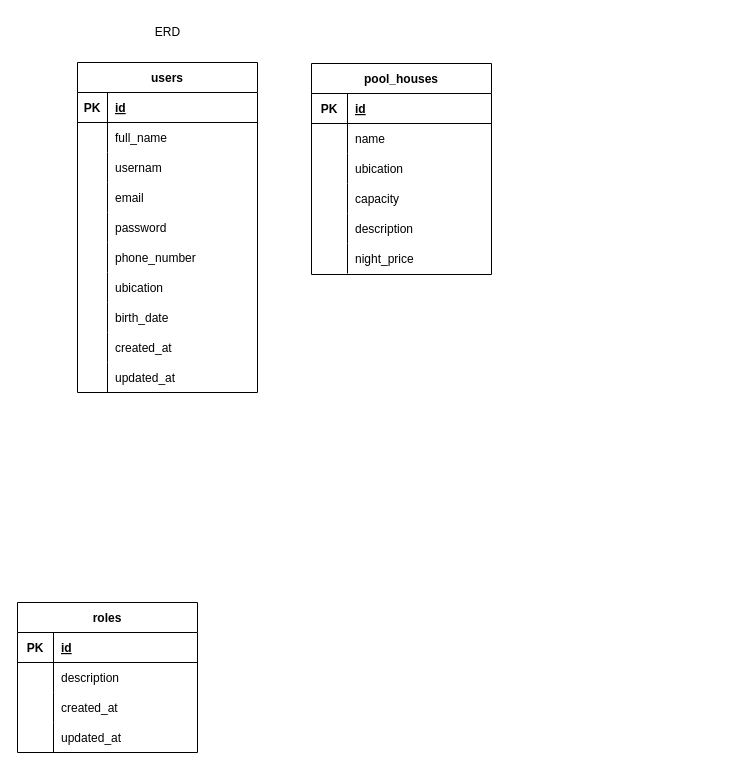
Jflores-Ch/Spring-Project-Pool-Reservation-Web keeps this draw.io diagram as diagrams/erd.drawio. Above is the earlier version. Source tidied: cells renumbered, new cells numbered last; positions are measured from the earlier drawing's top-left corner, leaving out a move shared by most shapes. Both pictures are drawn from the tidied source at 100%, with x=0, y=0 at pixel (17, 17).
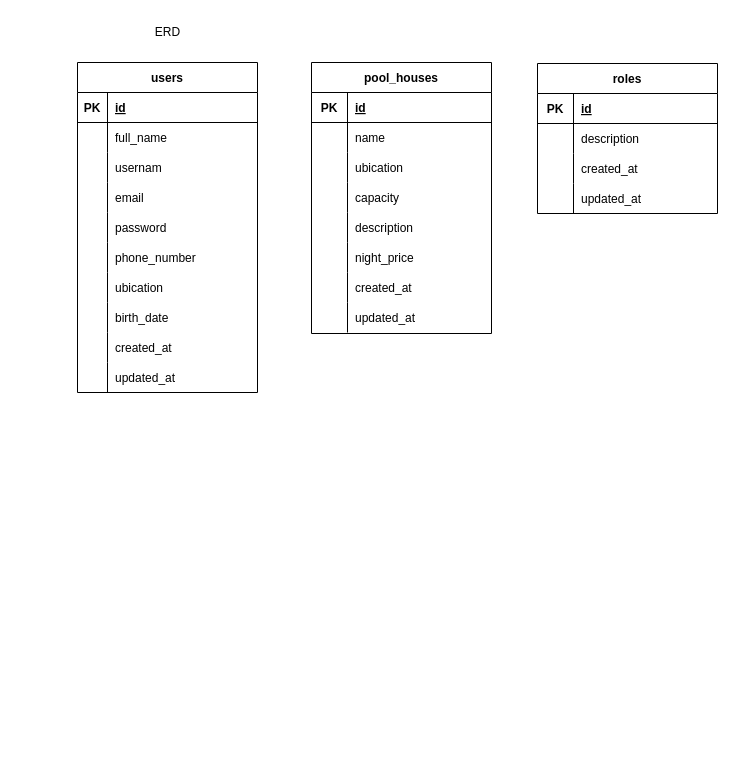
Above is the later version.

Commit message:
update pool table

The edit, as a diff of the source:
```diff
@@
     <mxCell id="34" value="pool_houses" style="shape=table;startSize=30;childLayout=tableLayout;rowLines=0;fontStyle=1;align=center;" parent="1" vertex="1">
-      <mxGeometry x="294" y="46" width="180" height="211" as="geometry" />
+      <mxGeometry x="294" y="45" width="180" height="271" as="geometry" />
     </mxCell>
@@
+    <mxCell id="66" style="shape=tableRow;horizontal=0;startSize=0;swimlaneHead=0;swimlaneBody=0;fillColor=none;top=0;left=0;right=0;bottom=0;" parent="34" vertex="1">
+      <mxGeometry y="210" width="180" height="30" as="geometry" />
+    </mxCell>
+    <mxCell id="67" style="shape=partialRectangle;fillColor=none;top=0;left=0;bottom=0;right=0;overflow=hidden;" parent="66" vertex="1">
+      <mxGeometry width="36" height="30" as="geometry" />
+    </mxCell>
+    <mxCell id="68" value="created_at" style="shape=partialRectangle;fillColor=none;top=0;left=0;bottom=0;right=0;align=left;spacingLeft=6;overflow=hidden;" parent="66" vertex="1">
+      <mxGeometry x="36" width="144" height="30" as="geometry" />
+    </mxCell>
+    <mxCell id="69" style="shape=tableRow;horizontal=0;startSize=0;swimlaneHead=0;swimlaneBody=0;fillColor=none;top=0;left=0;right=0;bottom=0;" parent="34" vertex="1">
+      <mxGeometry y="240" width="180" height="30" as="geometry" />
+    </mxCell>
+    <mxCell id="70" style="shape=partialRectangle;fillColor=none;top=0;left=0;bottom=0;right=0;overflow=hidden;" parent="69" vertex="1">
+      <mxGeometry width="36" height="30" as="geometry" />
+    </mxCell>
+    <mxCell id="71" value="updated_at" style="shape=partialRectangle;fillColor=none;top=0;left=0;bottom=0;right=0;align=left;spacingLeft=6;overflow=hidden;" parent="69" vertex="1">
+      <mxGeometry x="36" width="144" height="30" as="geometry" />
+    </mxCell>
     <mxCell id="53" value="roles" style="shape=table;startSize=30;childLayout=tableLayout;rowLines=0;fontStyle=1;align=center;" parent="1" vertex="1">
-      <mxGeometry y="585" width="180" height="150" as="geometry" />
+      <mxGeometry x="520" y="46" width="180" height="150" as="geometry" />
     </mxCell>
```
